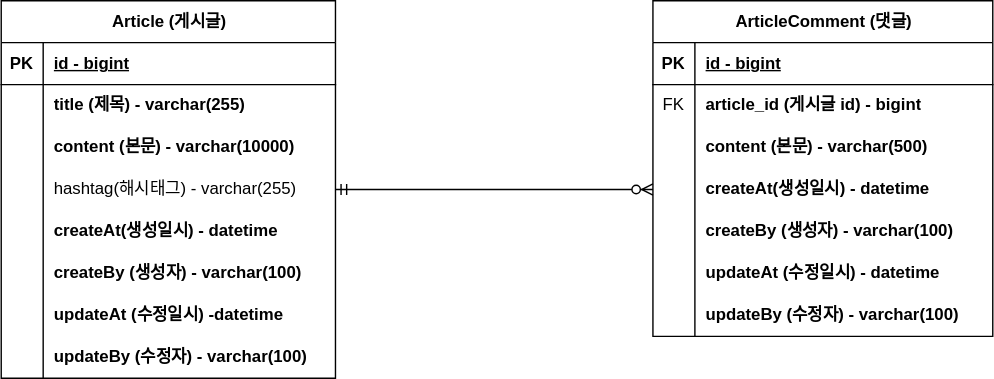
This is document/project-board-erd.svg from hojin7769/project-board, a draw.io export, as it was before one commit. Source tidied: cells renumbered, new cells last; positions are measured from the earlier drawing's top-left corner, leaving out a move shared by most shapes.
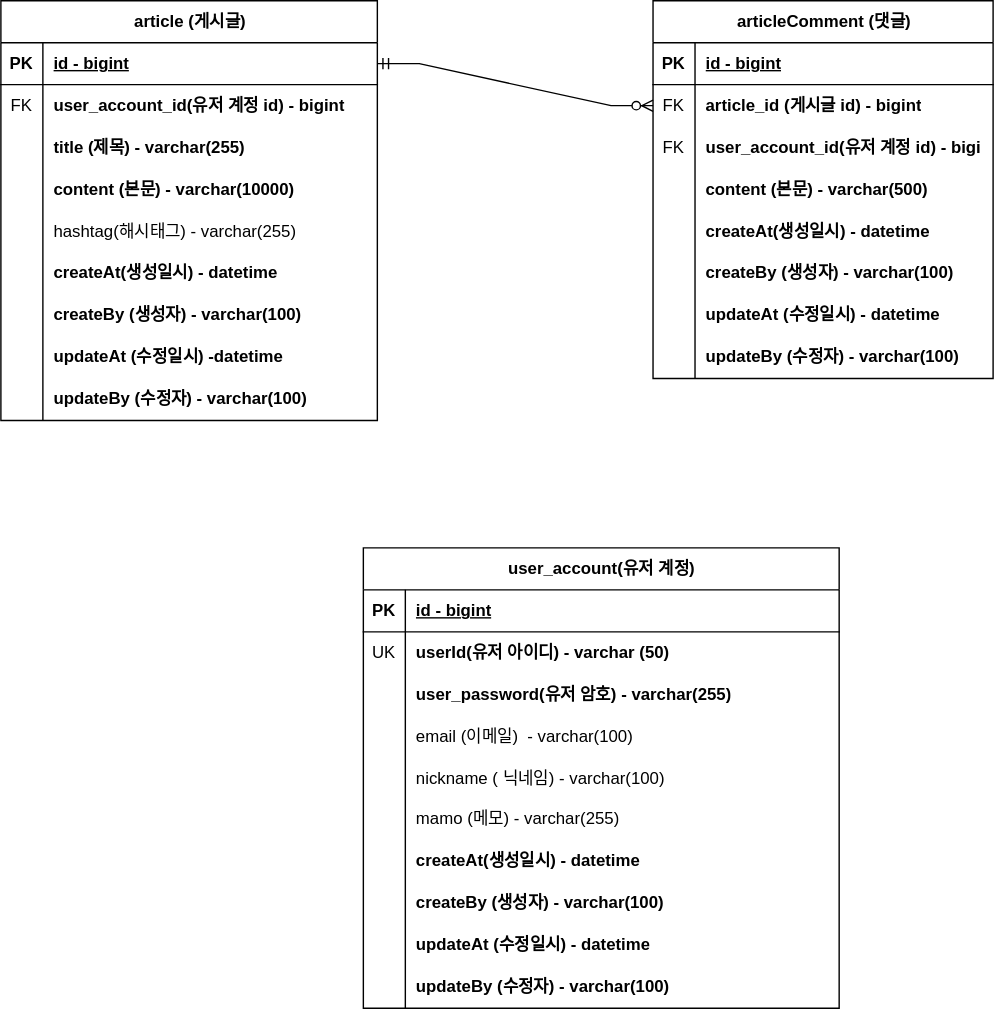
Above is the later version.

Commit message:
#17 - 회원 계정 도메인 구현 및 erd 반영

What changed in the source:
```diff
@@ -4,7 +4,7 @@
     <mxCell id="1" parent="0" />
-    <mxCell id="2" value="Article (게시글)" style="shape=table;startSize=30;rowLines=0;fontStyle=1;align=center;html=1;" parent="1" vertex="1">
-      <mxGeometry width="239" height="270" as="geometry" />
+    <mxCell id="2" value="article (게시글)" style="shape=table;startSize=30;rowLines=0;fontStyle=1;align=center;html=1;" parent="1" vertex="1">
+      <mxGeometry width="269" height="300" as="geometry" />
     </mxCell>
     <mxCell id="3" style="shape=tableRow;horizontal=0;startSize=0;swimlaneHead=0;swimlaneBody=0;fillColor=none;points=[[0,0.5],[1,0.5]];portConstraint=eastwest;top=0;left=0;right=0;bottom=1;" parent="2" vertex="1">
-      <mxGeometry y="30" width="239" height="30" as="geometry" />
+      <mxGeometry y="30" width="269" height="30" as="geometry" />
     </mxCell>
@@ -14,15 +14,24 @@
     <mxCell id="5" value="id - bigint" style="shape=partialRectangle;fillColor=none;top=0;left=0;bottom=0;right=0;align=left;spacingLeft=6;fontStyle=5;overflow=hidden;whiteSpace=wrap;html=1;" parent="3" vertex="1">
-      <mxGeometry x="30" width="209" height="30" as="geometry" />
+      <mxGeometry x="30" width="239" height="30" as="geometry" />
     </mxCell>
     <mxCell id="6" style="shape=tableRow;horizontal=0;startSize=0;swimlaneHead=0;swimlaneBody=0;fillColor=none;top=0;left=0;right=0;bottom=0;" parent="2" vertex="1">
-      <mxGeometry y="60" width="239" height="30" as="geometry" />
+      <mxGeometry y="60" width="269" height="30" as="geometry" />
     </mxCell>
-    <mxCell id="7" style="shape=partialRectangle;fillColor=none;top=0;left=0;bottom=0;right=0;overflow=hidden;whiteSpace=wrap;html=1;" parent="6" vertex="1">
+    <mxCell id="7" value="FK" style="shape=partialRectangle;fillColor=none;top=0;left=0;bottom=0;right=0;overflow=hidden;whiteSpace=wrap;html=1;" parent="6" vertex="1">
       <mxGeometry width="30" height="30" as="geometry" />
     </mxCell>
-    <mxCell id="8" value="title (제목) - varchar(255)" style="shape=partialRectangle;fillColor=none;top=0;left=0;bottom=0;right=0;align=left;spacingLeft=6;overflow=hidden;whiteSpace=wrap;html=1;fontStyle=1;" parent="6" vertex="1">
-      <mxGeometry x="30" width="209" height="30" as="geometry" />
+    <mxCell id="8" value="user_account_id(유저 계정 id) - bigint" style="shape=partialRectangle;fillColor=none;top=0;left=0;bottom=0;right=0;align=left;spacingLeft=6;overflow=hidden;whiteSpace=wrap;html=1;fontStyle=1;" parent="6" vertex="1">
+      <mxGeometry x="30" width="239" height="30" as="geometry" />
     </mxCell>
+    <mxCell id="50" style="shape=tableRow;horizontal=0;startSize=0;swimlaneHead=0;swimlaneBody=0;fillColor=none;top=0;left=0;right=0;bottom=0;" parent="2" vertex="1">
+      <mxGeometry y="90" width="269" height="30" as="geometry" />
+    </mxCell>
+    <mxCell id="51" style="shape=partialRectangle;fillColor=none;top=0;left=0;bottom=0;right=0;overflow=hidden;whiteSpace=wrap;html=1;" parent="50" vertex="1">
+      <mxGeometry width="30" height="30" as="geometry" />
+    </mxCell>
+    <mxCell id="52" value="title (제목) - varchar(255)" style="shape=partialRectangle;fillColor=none;top=0;left=0;bottom=0;right=0;align=left;spacingLeft=6;overflow=hidden;whiteSpace=wrap;html=1;fontStyle=1;" parent="50" vertex="1">
+      <mxGeometry x="30" width="239" height="30" as="geometry" />
+    </mxCell>
     <mxCell id="9" style="shape=tableRow;horizontal=0;startSize=0;swimlaneHead=0;swimlaneBody=0;fillColor=none;top=0;left=0;right=0;bottom=0;" parent="2" vertex="1">
-      <mxGeometry y="90" width="239" height="30" as="geometry" />
+      <mxGeometry y="120" width="269" height="30" as="geometry" />
     </mxCell>
@@ -32,6 +41,6 @@
     <mxCell id="11" value="content (본문) - varchar(10000)" style="shape=partialRectangle;fillColor=none;top=0;left=0;bottom=0;right=0;align=left;spacingLeft=6;overflow=hidden;whiteSpace=wrap;html=1;fontStyle=1;" parent="9" vertex="1">
-      <mxGeometry x="30" width="209" height="30" as="geometry" />
+      <mxGeometry x="30" width="239" height="30" as="geometry" />
     </mxCell>
     <mxCell id="12" style="shape=tableRow;horizontal=0;startSize=0;swimlaneHead=0;swimlaneBody=0;fillColor=none;points=[[0,0.5],[1,0.5]];portConstraint=eastwest;top=0;left=0;right=0;bottom=0;" parent="2" vertex="1">
-      <mxGeometry y="120" width="239" height="30" as="geometry" />
+      <mxGeometry y="150" width="269" height="30" as="geometry" />
     </mxCell>
@@ -41,6 +50,6 @@
     <mxCell id="14" value="hashtag(해시태그) - varchar(255)" style="shape=partialRectangle;fillColor=none;top=0;left=0;bottom=0;right=0;align=left;spacingLeft=6;overflow=hidden;whiteSpace=wrap;html=1;" parent="12" vertex="1">
-      <mxGeometry x="30" width="209" height="30" as="geometry" />
+      <mxGeometry x="30" width="239" height="30" as="geometry" />
     </mxCell>
     <mxCell id="15" style="shape=tableRow;horizontal=0;startSize=0;swimlaneHead=0;swimlaneBody=0;fillColor=none;top=0;left=0;right=0;bottom=0;" parent="2" vertex="1">
-      <mxGeometry y="150" width="239" height="30" as="geometry" />
+      <mxGeometry y="180" width="269" height="30" as="geometry" />
     </mxCell>
@@ -50,6 +59,6 @@
     <mxCell id="17" value="createAt(생성일시) - datetime" style="shape=partialRectangle;fillColor=none;top=0;left=0;bottom=0;right=0;align=left;spacingLeft=6;overflow=hidden;whiteSpace=wrap;html=1;fontStyle=1;" parent="15" vertex="1">
-      <mxGeometry x="30" width="209" height="30" as="geometry" />
+      <mxGeometry x="30" width="239" height="30" as="geometry" />
     </mxCell>
     <mxCell id="18" style="shape=tableRow;horizontal=0;startSize=0;swimlaneHead=0;swimlaneBody=0;fillColor=none;top=0;left=0;right=0;bottom=0;" parent="2" vertex="1">
-      <mxGeometry y="180" width="239" height="30" as="geometry" />
+      <mxGeometry y="210" width="269" height="30" as="geometry" />
     </mxCell>
@@ -59,6 +68,6 @@
     <mxCell id="20" value="createBy (생성자) - varchar(100)" style="shape=partialRectangle;fillColor=none;top=0;left=0;bottom=0;right=0;align=left;spacingLeft=6;overflow=hidden;whiteSpace=wrap;html=1;fontStyle=1;" parent="18" vertex="1">
-      <mxGeometry x="30" width="209" height="30" as="geometry" />
+      <mxGeometry x="30" width="239" height="30" as="geometry" />
     </mxCell>
     <mxCell id="21" style="shape=tableRow;horizontal=0;startSize=0;swimlaneHead=0;swimlaneBody=0;fillColor=none;top=0;left=0;right=0;bottom=0;" parent="2" vertex="1">
-      <mxGeometry y="210" width="239" height="30" as="geometry" />
+      <mxGeometry y="240" width="269" height="30" as="geometry" />
     </mxCell>
@@ -68,6 +77,6 @@
     <mxCell id="23" value="updateAt (수정일시) -datetime" style="shape=partialRectangle;fillColor=none;top=0;left=0;bottom=0;right=0;align=left;spacingLeft=6;overflow=hidden;whiteSpace=wrap;html=1;fontStyle=1;" parent="21" vertex="1">
-      <mxGeometry x="30" width="209" height="30" as="geometry" />
+      <mxGeometry x="30" width="239" height="30" as="geometry" />
     </mxCell>
     <mxCell id="24" style="shape=tableRow;horizontal=0;startSize=0;swimlaneHead=0;swimlaneBody=0;fillColor=none;top=0;left=0;right=0;bottom=0;" parent="2" vertex="1">
-      <mxGeometry y="240" width="239" height="30" as="geometry" />
+      <mxGeometry y="270" width="269" height="30" as="geometry" />
     </mxCell>
@@ -77,6 +86,6 @@
     <mxCell id="26" value="updateBy (수정자) - varchar(100)" style="shape=partialRectangle;fillColor=none;top=0;left=0;bottom=0;right=0;align=left;spacingLeft=6;overflow=hidden;whiteSpace=wrap;html=1;fontStyle=1;" parent="24" vertex="1">
-      <mxGeometry x="30" width="209" height="30" as="geometry" />
+      <mxGeometry x="30" width="239" height="30" as="geometry" />
     </mxCell>
-    <mxCell id="27" value="ArticleComment (댓글)" style="shape=table;startSize=30;rowLines=0;fontStyle=1;align=center;html=1;" parent="1" vertex="1">
-      <mxGeometry x="466" width="243" height="240" as="geometry" />
+    <mxCell id="27" value="articleComment (댓글)" style="shape=table;startSize=30;rowLines=0;fontStyle=1;align=center;html=1;" parent="1" vertex="1">
+      <mxGeometry x="466" width="243" height="270" as="geometry" />
     </mxCell>
@@ -100,4 +109,13 @@
     </mxCell>
+    <mxCell id="53" style="shape=tableRow;horizontal=0;startSize=0;swimlaneHead=0;swimlaneBody=0;fillColor=none;top=0;left=0;right=0;bottom=0;" parent="27" vertex="1">
+      <mxGeometry y="90" width="243" height="30" as="geometry" />
+    </mxCell>
+    <mxCell id="54" value="FK" style="shape=partialRectangle;fillColor=none;top=0;left=0;bottom=0;right=0;overflow=hidden;whiteSpace=wrap;html=1;" parent="53" vertex="1">
+      <mxGeometry width="30" height="30" as="geometry" />
+    </mxCell>
+    <mxCell id="55" value="user_account_id(유저 계정 id) - bigi" style="shape=partialRectangle;fillColor=none;top=0;left=0;bottom=0;right=0;align=left;spacingLeft=6;overflow=hidden;whiteSpace=wrap;html=1;fontStyle=1;" parent="53" vertex="1">
+      <mxGeometry x="30" width="213" height="30" as="geometry" />
+    </mxCell>
     <mxCell id="34" style="shape=tableRow;horizontal=0;startSize=0;swimlaneHead=0;swimlaneBody=0;fillColor=none;top=0;left=0;right=0;bottom=0;" parent="27" vertex="1">
-      <mxGeometry y="90" width="243" height="30" as="geometry" />
+      <mxGeometry y="120" width="243" height="30" as="geometry" />
     </mxCell>
@@ -110,3 +128,3 @@
     <mxCell id="37" style="shape=tableRow;horizontal=0;startSize=0;swimlaneHead=0;swimlaneBody=0;fillColor=none;points=[[0,0.5],[1,0.5]];portConstraint=eastwest;top=0;left=0;right=0;bottom=0;" parent="27" vertex="1">
-      <mxGeometry y="120" width="243" height="30" as="geometry" />
+      <mxGeometry y="150" width="243" height="30" as="geometry" />
     </mxCell>
@@ -119,3 +137,3 @@
     <mxCell id="40" style="shape=tableRow;horizontal=0;startSize=0;swimlaneHead=0;swimlaneBody=0;fillColor=none;top=0;left=0;right=0;bottom=0;" parent="27" vertex="1">
-      <mxGeometry y="150" width="243" height="30" as="geometry" />
+      <mxGeometry y="180" width="243" height="30" as="geometry" />
     </mxCell>
@@ -128,3 +146,3 @@
     <mxCell id="43" style="shape=tableRow;horizontal=0;startSize=0;swimlaneHead=0;swimlaneBody=0;fillColor=none;top=0;left=0;right=0;bottom=0;" parent="27" vertex="1">
-      <mxGeometry y="180" width="243" height="30" as="geometry" />
+      <mxGeometry y="210" width="243" height="30" as="geometry" />
     </mxCell>
@@ -137,3 +155,3 @@
     <mxCell id="46" style="shape=tableRow;horizontal=0;startSize=0;swimlaneHead=0;swimlaneBody=0;fillColor=none;top=0;left=0;right=0;bottom=0;" parent="27" vertex="1">
-      <mxGeometry y="210" width="243" height="30" as="geometry" />
+      <mxGeometry y="240" width="243" height="30" as="geometry" />
     </mxCell>
@@ -145,5 +163,98 @@
     </mxCell>
-    <mxCell id="49" style="edgeStyle=entityRelationEdgeStyle;fontSize=12;html=1;endArrow=ERzeroToMany;startArrow=ERmandOne;rounded=0;exitX=1;exitY=0.5;exitDx=0;exitDy=0;entryX=0;entryY=0.5;entryDx=0;entryDy=0;" parent="1" edge="1" source="12" target="37">
+    <mxCell id="49" style="edgeStyle=entityRelationEdgeStyle;fontSize=12;html=1;endArrow=ERzeroToMany;startArrow=ERmandOne;rounded=0;exitX=1;exitY=0.5;exitDx=0;exitDy=0;entryX=0;entryY=0.5;entryDx=0;entryDy=0;" parent="1" edge="1" source="3" target="31">
       <mxGeometry relative="1" as="geometry" />
     </mxCell>
+    <mxCell id="56" value="user_account(유저 계정)" style="shape=table;startSize=30;rowLines=0;fontStyle=1;align=center;html=1;" parent="1" vertex="1">
+      <mxGeometry x="259" y="391" width="340" height="329" as="geometry" />
+    </mxCell>
+    <mxCell id="57" style="shape=tableRow;horizontal=0;startSize=0;swimlaneHead=0;swimlaneBody=0;fillColor=none;top=0;left=0;right=0;bottom=1;" parent="56" vertex="1">
+      <mxGeometry y="30" width="340" height="30" as="geometry" />
+    </mxCell>
+    <mxCell id="58" value="PK" style="shape=partialRectangle;fillColor=none;top=0;left=0;bottom=0;right=0;fontStyle=1;overflow=hidden;whiteSpace=wrap;html=1;" parent="57" vertex="1">
+      <mxGeometry width="30" height="30" as="geometry" />
+    </mxCell>
+    <mxCell id="59" value="id - bigint" style="shape=partialRectangle;fillColor=none;top=0;left=0;bottom=0;right=0;align=left;spacingLeft=6;fontStyle=5;overflow=hidden;whiteSpace=wrap;html=1;" parent="57" vertex="1">
+      <mxGeometry x="30" width="310" height="30" as="geometry" />
+    </mxCell>
+    <mxCell id="60" style="shape=tableRow;horizontal=0;startSize=0;swimlaneHead=0;swimlaneBody=0;fillColor=none;top=0;left=0;right=0;bottom=0;" parent="56" vertex="1">
+      <mxGeometry y="60" width="340" height="30" as="geometry" />
+    </mxCell>
+    <mxCell id="61" value="UK" style="shape=partialRectangle;fillColor=none;top=0;left=0;bottom=0;right=0;overflow=hidden;whiteSpace=wrap;html=1;" parent="60" vertex="1">
+      <mxGeometry width="30" height="30" as="geometry" />
+    </mxCell>
+    <mxCell id="62" value="&lt;b&gt;userId(유저 아이디) - varchar (50)&lt;/b&gt;" style="shape=partialRectangle;fillColor=none;top=0;left=0;bottom=0;right=0;align=left;spacingLeft=6;overflow=hidden;whiteSpace=wrap;html=1;" parent="60" vertex="1">
+      <mxGeometry x="30" width="310" height="30" as="geometry" />
+    </mxCell>
+    <mxCell id="63" style="shape=tableRow;horizontal=0;startSize=0;swimlaneHead=0;swimlaneBody=0;fillColor=none;top=0;left=0;right=0;bottom=0;" parent="56" vertex="1">
+      <mxGeometry y="90" width="340" height="30" as="geometry" />
+    </mxCell>
+    <mxCell id="64" style="shape=partialRectangle;fillColor=none;top=0;left=0;bottom=0;right=0;overflow=hidden;whiteSpace=wrap;html=1;" parent="63" vertex="1">
+      <mxGeometry width="30" height="30" as="geometry" />
+    </mxCell>
+    <mxCell id="65" value="user_password(유저 암호) - varchar(255)" style="shape=partialRectangle;fillColor=none;top=0;left=0;bottom=0;right=0;align=left;spacingLeft=6;overflow=hidden;whiteSpace=wrap;html=1;fontStyle=1;" parent="63" vertex="1">
+      <mxGeometry x="30" width="310" height="30" as="geometry" />
+    </mxCell>
+    <mxCell id="66" style="shape=tableRow;horizontal=0;startSize=0;swimlaneHead=0;swimlaneBody=0;fillColor=none;top=0;left=0;right=0;bottom=0;" parent="56" vertex="1">
+      <mxGeometry y="120" width="340" height="30" as="geometry" />
+    </mxCell>
+    <mxCell id="67" style="shape=partialRectangle;fillColor=none;top=0;left=0;bottom=0;right=0;overflow=hidden;whiteSpace=wrap;html=1;" parent="66" vertex="1">
+      <mxGeometry width="30" height="30" as="geometry" />
+    </mxCell>
+    <mxCell id="68" value="email (이메일)&amp;nbsp; - varchar(100)" style="shape=partialRectangle;fillColor=none;top=0;left=0;bottom=0;right=0;align=left;spacingLeft=6;overflow=hidden;whiteSpace=wrap;html=1;" parent="66" vertex="1">
+      <mxGeometry x="30" width="310" height="30" as="geometry" />
+    </mxCell>
+    <mxCell id="69" style="shape=tableRow;horizontal=0;startSize=0;swimlaneHead=0;swimlaneBody=0;fillColor=none;top=0;left=0;right=0;bottom=0;" parent="56" vertex="1">
+      <mxGeometry y="150" width="340" height="29" as="geometry" />
+    </mxCell>
+    <mxCell id="70" style="shape=partialRectangle;fillColor=none;top=0;left=0;bottom=0;right=0;overflow=hidden;whiteSpace=wrap;html=1;" parent="69" vertex="1">
+      <mxGeometry width="30" height="29" as="geometry" />
+    </mxCell>
+    <mxCell id="71" value="nickname ( 닉네임) - varchar(100)" style="shape=partialRectangle;fillColor=none;top=0;left=0;bottom=0;right=0;align=left;spacingLeft=6;overflow=hidden;whiteSpace=wrap;html=1;" parent="69" vertex="1">
+      <mxGeometry x="30" width="310" height="29" as="geometry" />
+    </mxCell>
+    <mxCell id="72" style="shape=tableRow;horizontal=0;startSize=0;swimlaneHead=0;swimlaneBody=0;fillColor=none;top=0;left=0;right=0;bottom=0;" parent="56" vertex="1">
+      <mxGeometry y="179" width="340" height="30" as="geometry" />
+    </mxCell>
+    <mxCell id="73" style="shape=partialRectangle;fillColor=none;top=0;left=0;bottom=0;right=0;overflow=hidden;whiteSpace=wrap;html=1;" parent="72" vertex="1">
+      <mxGeometry width="30" height="30" as="geometry" />
+    </mxCell>
+    <mxCell id="74" value="mamo (메모) - varchar(255)" style="shape=partialRectangle;fillColor=none;top=0;left=0;bottom=0;right=0;align=left;spacingLeft=6;overflow=hidden;whiteSpace=wrap;html=1;" parent="72" vertex="1">
+      <mxGeometry x="30" width="310" height="30" as="geometry" />
+    </mxCell>
+    <mxCell id="75" style="shape=tableRow;horizontal=0;startSize=0;swimlaneHead=0;swimlaneBody=0;fillColor=none;top=0;left=0;right=0;bottom=0;" parent="56" vertex="1">
+      <mxGeometry y="209" width="340" height="30" as="geometry" />
+    </mxCell>
+    <mxCell id="76" style="shape=partialRectangle;fillColor=none;top=0;left=0;bottom=0;right=0;overflow=hidden;whiteSpace=wrap;html=1;" parent="75" vertex="1">
+      <mxGeometry width="30" height="30" as="geometry" />
+    </mxCell>
+    <mxCell id="77" value="createAt(생성일시) - datetime" style="shape=partialRectangle;fillColor=none;top=0;left=0;bottom=0;right=0;align=left;spacingLeft=6;overflow=hidden;whiteSpace=wrap;html=1;fontStyle=1;" parent="75" vertex="1">
+      <mxGeometry x="30" width="310" height="30" as="geometry" />
+    </mxCell>
+    <mxCell id="78" style="shape=tableRow;horizontal=0;startSize=0;swimlaneHead=0;swimlaneBody=0;fillColor=none;top=0;left=0;right=0;bottom=0;" parent="56" vertex="1">
+      <mxGeometry y="239" width="340" height="30" as="geometry" />
+    </mxCell>
+    <mxCell id="79" style="shape=partialRectangle;fillColor=none;top=0;left=0;bottom=0;right=0;overflow=hidden;whiteSpace=wrap;html=1;" parent="78" vertex="1">
+      <mxGeometry width="30" height="30" as="geometry" />
+    </mxCell>
+    <mxCell id="80" value="createBy (생성자) - varchar(100)" style="shape=partialRectangle;fillColor=none;top=0;left=0;bottom=0;right=0;align=left;spacingLeft=6;overflow=hidden;whiteSpace=wrap;html=1;fontStyle=1;" parent="78" vertex="1">
+      <mxGeometry x="30" width="310" height="30" as="geometry" />
+    </mxCell>
+    <mxCell id="81" style="shape=tableRow;horizontal=0;startSize=0;swimlaneHead=0;swimlaneBody=0;fillColor=none;top=0;left=0;right=0;bottom=0;" parent="56" vertex="1">
+      <mxGeometry y="269" width="340" height="30" as="geometry" />
+    </mxCell>
+    <mxCell id="82" style="shape=partialRectangle;fillColor=none;top=0;left=0;bottom=0;right=0;overflow=hidden;whiteSpace=wrap;html=1;" parent="81" vertex="1">
+      <mxGeometry width="30" height="30" as="geometry" />
+    </mxCell>
+    <mxCell id="83" value="updateAt (수정일시) - datetime" style="shape=partialRectangle;fillColor=none;top=0;left=0;bottom=0;right=0;align=left;spacingLeft=6;overflow=hidden;whiteSpace=wrap;html=1;fontStyle=1;" parent="81" vertex="1">
+      <mxGeometry x="30" width="310" height="30" as="geometry" />
+    </mxCell>
+    <mxCell id="84" style="shape=tableRow;horizontal=0;startSize=0;swimlaneHead=0;swimlaneBody=0;fillColor=none;top=0;left=0;right=0;bottom=0;" parent="56" vertex="1">
+      <mxGeometry y="299" width="340" height="30" as="geometry" />
+    </mxCell>
+    <mxCell id="85" style="shape=partialRectangle;fillColor=none;top=0;left=0;bottom=0;right=0;overflow=hidden;whiteSpace=wrap;html=1;" parent="84" vertex="1">
+      <mxGeometry width="30" height="30" as="geometry" />
+    </mxCell>
+    <mxCell id="86" value="updateBy (수정자) - varchar(100)" style="shape=partialRectangle;fillColor=none;top=0;left=0;bottom=0;right=0;align=left;spacingLeft=6;overflow=hidden;whiteSpace=wrap;html=1;fontStyle=1;" parent="84" vertex="1">
+      <mxGeometry x="30" width="310" height="30" as="geometry" />
+    </mxCell>
   </root>
```
